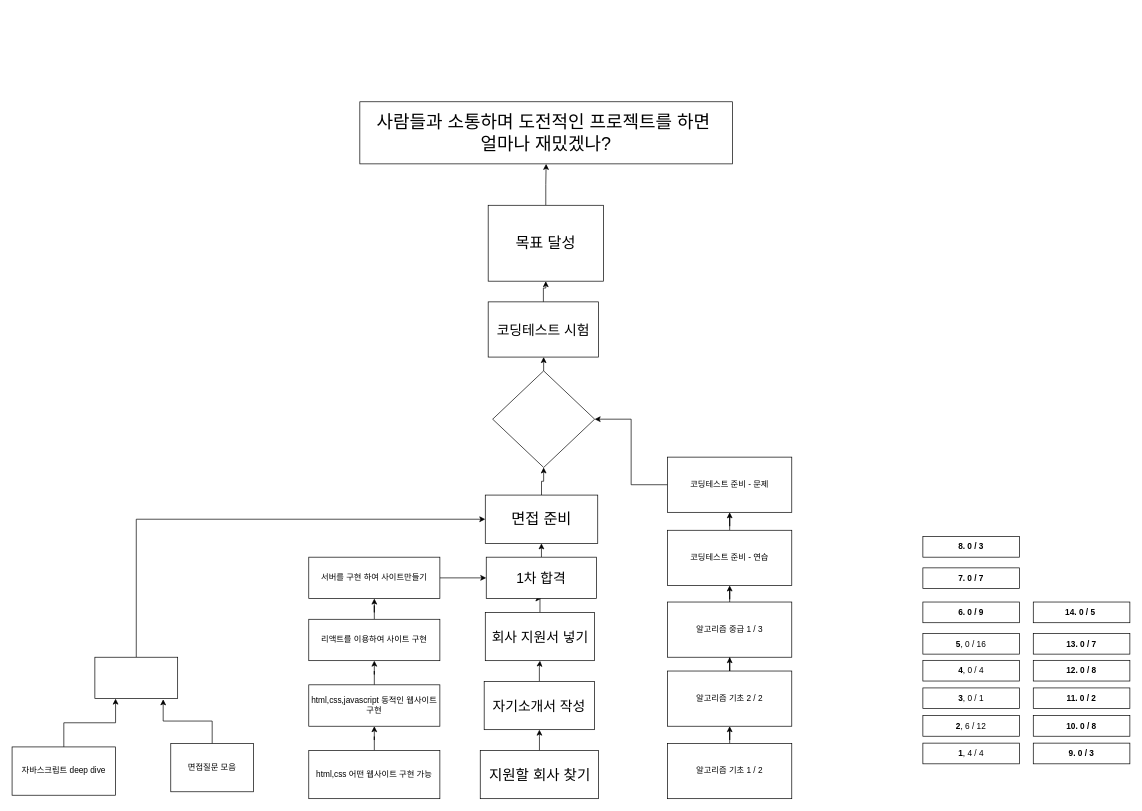
Before: goal.drawio in justsicklife/goal, a draw.io diagram. Source tidied: cells renumbered, new cells numbered last; positions are measured from the earlier drawing's top-left corner, leaving out a move shared by most shapes. Both pictures are drawn from the tidied source at 69%, with x=0, y=0 at pixel (12, 101).
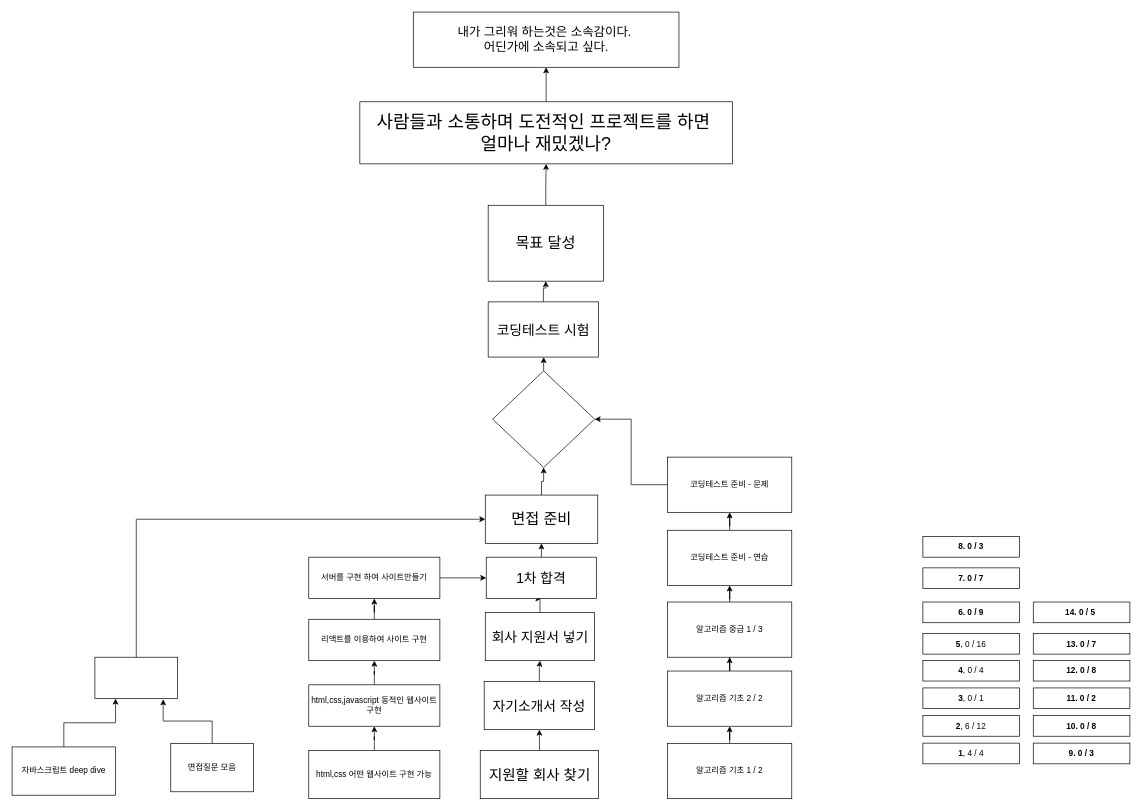
The same diagram, later.

The change refers to these unchanged cells:
```xml
<mxCell id="56" value="&lt;font style=&quot;font-size: 26px&quot;&gt;사람들과 소통하며 도전적인 프로젝트를 하면&amp;nbsp;&lt;br&gt;얼마나 재밌겠나?&lt;/font&gt;" style="rounded=0;whiteSpace=wrap;html=1;" parent="1" vertex="1">
  <mxGeometry x="504" width="540" height="90" as="geometry" />
</mxCell>
```

The edit, as a diff of the source:
```diff
@@
+    <mxCell id="57" style="edgeStyle=orthogonalEdgeStyle;rounded=0;jettySize=auto;html=1;" parent="1" edge="1" source="56" target="58">
+      <mxGeometry relative="1" as="geometry" />
+    </mxCell>
@@
+    <mxCell id="58" value="&lt;font style=&quot;font-size: 18px&quot;&gt;내가 그리워 하는것은 소속감이다.&amp;nbsp;&lt;br&gt;어딘가에 소속되고 싶다.&lt;/font&gt;" style="rounded=0;whiteSpace=wrap;html=1;" parent="1" vertex="1">
+      <mxGeometry x="581.5" y="-130" width="385" height="80" as="geometry" />
+    </mxCell>
```
